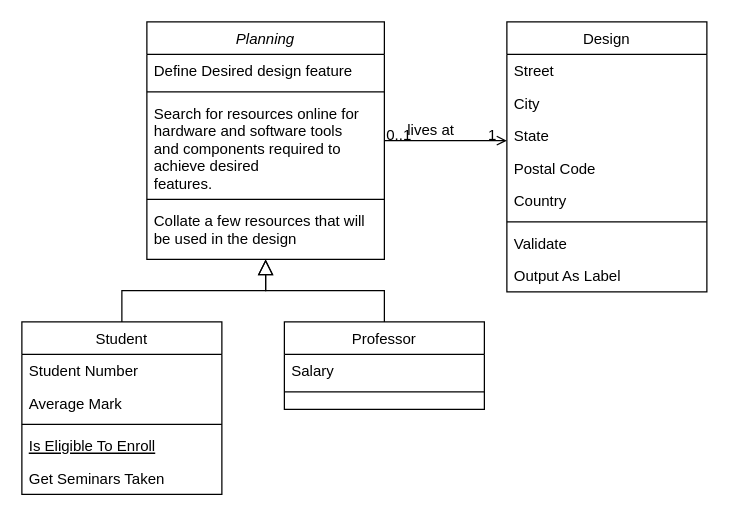
Above: FlowCHarts/Untitled Diagram.drawio in hayone1/FinalYearProject (draw.io), before the change. Source tidied: cells renumbered, new cells numbered last; positions are measured from the earlier drawing's top-left corner, leaving out a move shared by most shapes. Both pictures are drawn from the tidied source at 125%, with x=0, y=0 at pixel (21, 21).
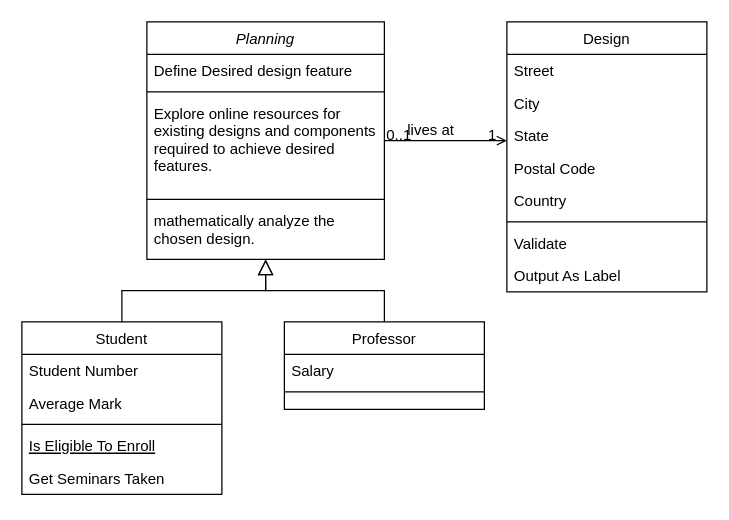
After the change.

Unchanged cells that the change refers to:
```xml
<mxCell id="2" value="Planning" style="swimlane;fontStyle=2;align=center;verticalAlign=top;horizontal=1;startSize=26;rounded=0;shadow=0;strokeWidth=1;" parent="1" vertex="1">
  <mxGeometry x="100" width="190" height="190" as="geometry" />
</mxCell>
```

The edit, as a diff of the source:
```diff
@@
-    <mxCell id="5" value="Search for resources online for&#10;hardware and software tools &#10;and components required to &#10;achieve desired &#10;features." style="text;align=left;verticalAlign=top;spacingLeft=4;spacingRight=4;overflow=hidden;rounded=0;shadow=0;html=0;" parent="2" vertex="1">
+    <mxCell id="5" value="Explore online resources for &#10;existing designs and components &#10;required to achieve desired &#10;features." style="text;align=left;verticalAlign=top;spacingLeft=4;spacingRight=4;overflow=hidden;rounded=0;shadow=0;html=0;" parent="2" vertex="1">
       <mxGeometry y="60" width="190" height="78" as="geometry" />
     </mxCell>
@@
-    <mxCell id="7" value="Collate a few resources that will &#10;be used in the design " style="text;align=left;verticalAlign=top;spacingLeft=4;spacingRight=4;overflow=hidden;" parent="2" vertex="1">
+    <mxCell id="7" value="mathematically analyze the &#10;chosen design." style="text;align=left;verticalAlign=top;spacingLeft=4;spacingRight=4;overflow=hidden;" parent="2" vertex="1">
       <mxGeometry y="146" width="190" height="44" as="geometry" />
     </mxCell>
```
